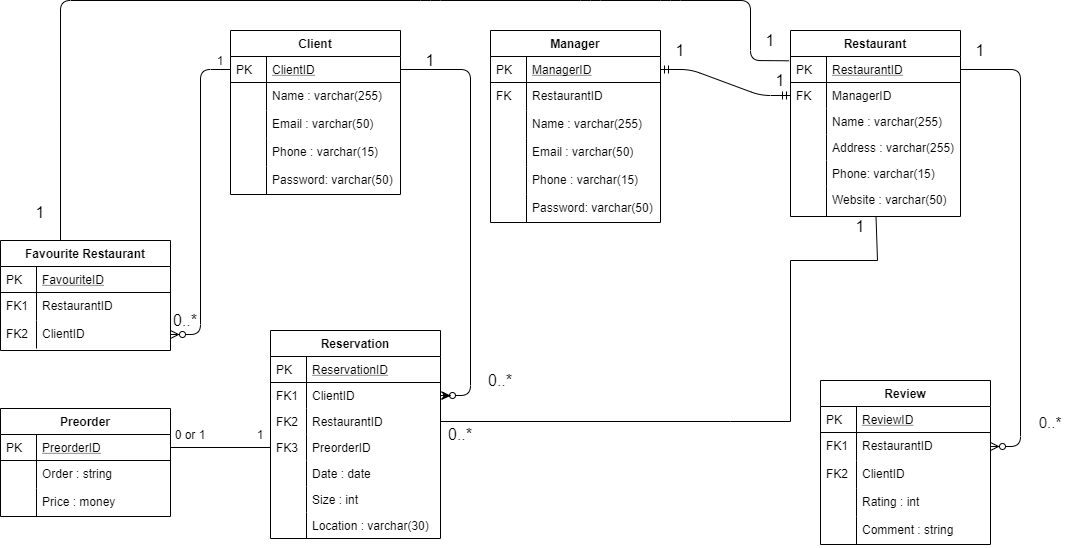
This is rezervito-hw-03/Rezervito Diagrams/Entity Relationship Diagram.png from ivanchuchulski/fmi-requirements-analisys, a draw.io export, as it was before one commit. Source tidied: cells renumbered, new cells last; positions are measured from the earlier drawing's top-left corner, leaving out a move shared by most shapes.
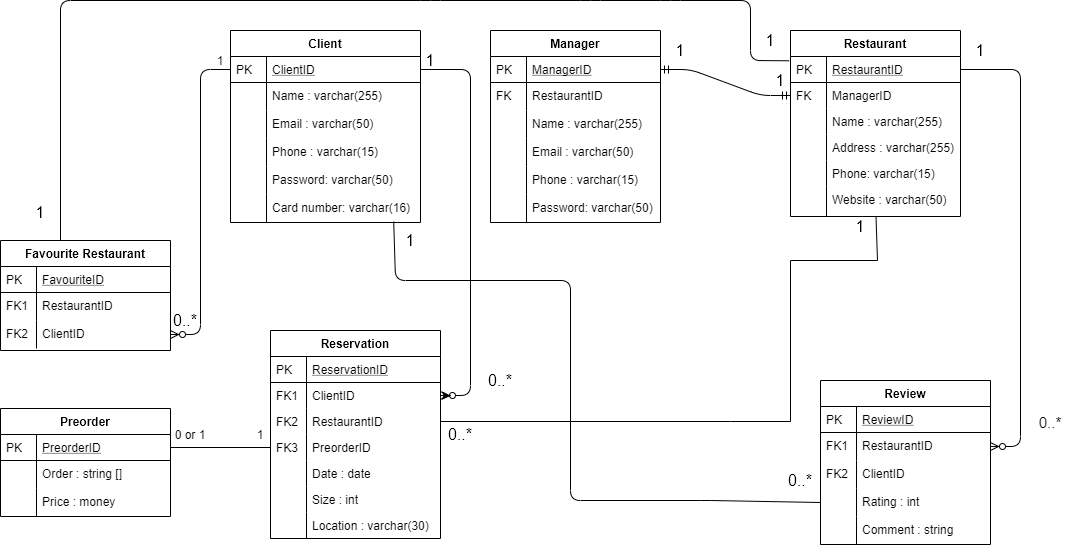
After the commit.

Commit message:
Modify ERD diagram

Change to the diagram source:
```diff
@@ -81,38 +81,44 @@
       <mxGeometry width="36" height="30" as="geometry" />
     </mxCell>
     <mxCell id="28" value="Client" style="swimlane;fontStyle=1;horizontal=1;startSize=26;rounded=0;shadow=0;strokeWidth=1;" parent="1" vertex="1">
-      <mxGeometry x="230" y="30" width="170" height="164" as="geometry" />
+      <mxGeometry x="230" y="30" width="190" height="192" as="geometry" />
     </mxCell>
     <mxCell id="29" value="ClientID" style="shape=partialRectangle;top=0;left=0;right=0;bottom=1;align=left;verticalAlign=top;fillColor=none;spacingLeft=40;spacingRight=4;overflow=hidden;points=[[0,0.5],[1,0.5]];portConstraint=eastwest;rounded=0;shadow=0;strokeWidth=1;fontStyle=4;" parent="28" vertex="1">
-      <mxGeometry y="26" width="170" height="26" as="geometry" />
+      <mxGeometry y="26" width="190" height="26" as="geometry" />
     </mxCell>
     <mxCell id="30" value="PK" style="shape=partialRectangle;top=0;left=0;bottom=0;fillColor=none;align=left;verticalAlign=top;spacingLeft=4;spacingRight=4;overflow=hidden;" parent="29" vertex="1">
       <mxGeometry width="36" height="26" as="geometry" />
     </mxCell>
     <mxCell id="31" value="Name : varchar(255)&#10;" style="shape=partialRectangle;top=0;left=0;right=0;bottom=0;align=left;verticalAlign=top;fillColor=none;spacingLeft=40;spacingRight=4;overflow=hidden;rounded=0;shadow=0;strokeWidth=1;" parent="28" vertex="1">
-      <mxGeometry y="52" width="170" height="28" as="geometry" />
+      <mxGeometry y="52" width="190" height="28" as="geometry" />
     </mxCell>
     <mxCell id="32" style="shape=partialRectangle;top=0;left=0;bottom=0;fillColor=none;align=left;verticalAlign=top;spacingLeft=4;spacingRight=4;overflow=hidden;" parent="31" vertex="1">
       <mxGeometry width="36" height="28" as="geometry" />
     </mxCell>
     <mxCell id="33" value="Email : varchar(50)" style="shape=partialRectangle;top=0;left=0;right=0;bottom=0;align=left;verticalAlign=top;fillColor=none;spacingLeft=40;spacingRight=4;overflow=hidden;rounded=0;shadow=0;strokeWidth=1;" parent="28" vertex="1">
-      <mxGeometry y="80" width="170" height="28" as="geometry" />
+      <mxGeometry y="80" width="190" height="28" as="geometry" />
     </mxCell>
     <mxCell id="34" style="shape=partialRectangle;top=0;left=0;bottom=0;fillColor=none;align=left;verticalAlign=top;spacingLeft=4;spacingRight=4;overflow=hidden;" parent="33" vertex="1">
       <mxGeometry width="36" height="28" as="geometry" />
     </mxCell>
     <mxCell id="35" value="Phone : varchar(15)" style="shape=partialRectangle;top=0;left=0;right=0;bottom=0;align=left;verticalAlign=top;fillColor=none;spacingLeft=40;spacingRight=4;overflow=hidden;rounded=0;shadow=0;strokeWidth=1;" parent="28" vertex="1">
-      <mxGeometry y="108" width="170" height="28" as="geometry" />
+      <mxGeometry y="108" width="190" height="28" as="geometry" />
     </mxCell>
     <mxCell id="36" style="shape=partialRectangle;top=0;left=0;bottom=0;fillColor=none;align=left;verticalAlign=top;spacingLeft=4;spacingRight=4;overflow=hidden;" parent="35" vertex="1">
       <mxGeometry width="36" height="28" as="geometry" />
     </mxCell>
     <mxCell id="37" value="Password: varchar(50)" style="shape=partialRectangle;top=0;left=0;right=0;bottom=0;align=left;verticalAlign=top;fillColor=none;spacingLeft=40;spacingRight=4;overflow=hidden;rounded=0;shadow=0;strokeWidth=1;" parent="28" vertex="1">
-      <mxGeometry y="136" width="170" height="28" as="geometry" />
+      <mxGeometry y="136" width="190" height="28" as="geometry" />
     </mxCell>
     <mxCell id="38" style="shape=partialRectangle;top=0;left=0;bottom=0;fillColor=none;align=left;verticalAlign=top;spacingLeft=4;spacingRight=4;overflow=hidden;" parent="37" vertex="1">
       <mxGeometry width="36" height="28" as="geometry" />
     </mxCell>
+    <mxCell id="101" value="Card number: varchar(16)" style="shape=partialRectangle;top=0;left=0;right=0;bottom=0;align=left;verticalAlign=top;fillColor=none;spacingLeft=40;spacingRight=4;overflow=hidden;points=[[0,0.5],[1,0.5]];portConstraint=eastwest;rounded=0;shadow=0;strokeWidth=1;" parent="28" vertex="1">
+      <mxGeometry y="164" width="190" height="28" as="geometry" />
+    </mxCell>
+    <mxCell id="102" style="shape=partialRectangle;top=0;left=0;bottom=0;fillColor=none;align=left;verticalAlign=top;spacingLeft=4;spacingRight=4;overflow=hidden;" parent="101" vertex="1">
+      <mxGeometry width="36" height="28" as="geometry" />
+    </mxCell>
     <mxCell id="39" style="edgeStyle=entityRelationEdgeStyle;fontSize=12;html=1;endArrow=ERzeroToMany;endFill=1;exitX=1;exitY=0.5;exitDx=0;exitDy=0;" parent="1" edge="1" source="29" target="57">
       <mxGeometry relative="1" as="geometry" />
     </mxCell>
@@ -233,7 +239,7 @@
     <mxCell id="78" value="PK" style="shape=partialRectangle;top=0;left=0;bottom=0;fillColor=none;align=left;verticalAlign=top;spacingLeft=4;spacingRight=4;overflow=hidden;" parent="77" vertex="1">
       <mxGeometry width="36" height="26" as="geometry" />
     </mxCell>
-    <mxCell id="79" value="Order : string" style="shape=partialRectangle;top=0;left=0;right=0;bottom=0;align=left;verticalAlign=top;fillColor=none;spacingLeft=40;spacingRight=4;overflow=hidden;rounded=0;shadow=0;strokeWidth=1;" parent="76" vertex="1">
+    <mxCell id="79" value="Order : string []" style="shape=partialRectangle;top=0;left=0;right=0;bottom=0;align=left;verticalAlign=top;fillColor=none;spacingLeft=40;spacingRight=4;overflow=hidden;rounded=0;shadow=0;strokeWidth=1;" parent="76" vertex="1">
       <mxGeometry y="52" width="170" height="28" as="geometry" />
     </mxCell>
     <mxCell id="80" style="shape=partialRectangle;top=0;left=0;bottom=0;fillColor=none;align=left;verticalAlign=top;spacingLeft=4;spacingRight=4;overflow=hidden;" parent="79" vertex="1">
@@ -317,5 +323,21 @@
     <mxCell id="100" value="1" style="text;html=1;strokeColor=none;fillColor=none;align=center;verticalAlign=middle;whiteSpace=wrap;rounded=0;fontSize=16;" parent="1" vertex="1">
       <mxGeometry x="20" y="202" width="40" height="20" as="geometry" />
     </mxCell>
+    <mxCell id="103" style="endArrow=none;html=1;entryX=0;entryY=0.5;entryDx=0;entryDy=0;exitX=0.859;exitY=0.971;exitDx=0;exitDy=0;exitPerimeter=0;" parent="1" edge="1" source="101" target="48">
+      <mxGeometry relative="1" as="geometry">
+        <Array as="points">
+          <mxPoint x="395" y="280" />
+          <mxPoint x="570" y="280" />
+          <mxPoint x="570" y="500" />
+          <mxPoint x="710" y="500" />
+        </Array>
+      </mxGeometry>
+    </mxCell>
+    <mxCell id="104" value="1" style="text;html=1;strokeColor=none;fillColor=none;align=center;verticalAlign=middle;whiteSpace=wrap;rounded=0;fontSize=16;" parent="1" vertex="1">
+      <mxGeometry x="390" y="230" width="40" height="20" as="geometry" />
+    </mxCell>
+    <mxCell id="105" value="0..*" style="text;html=1;strokeColor=none;fillColor=none;align=center;verticalAlign=middle;whiteSpace=wrap;rounded=0;fontSize=16;" parent="1" vertex="1">
+      <mxGeometry x="780" y="470" width="40" height="20" as="geometry" />
+    </mxCell>
   </root>
 </mxGraphModel>
```
